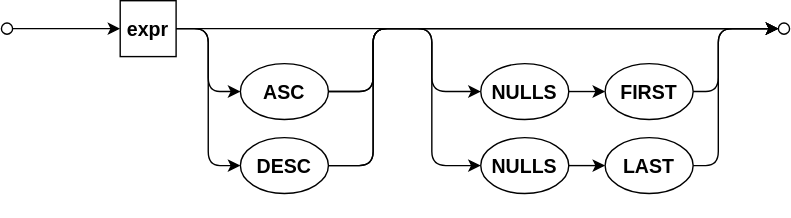
The draw.io diagram cds/assets/cxl/ordering-term.drawio.svg in capire/docs, before a commit. Source tidied: cells renumbered, new cells last; positions are measured from the earlier drawing's top-left corner, leaving out a move shared by most shapes.
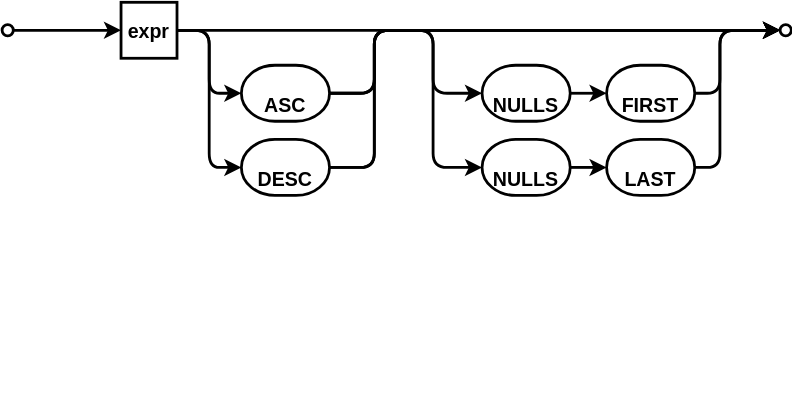
The same file after the commit.

The edit, as a diff of the source:
```diff
@@ -3,39 +3,39 @@
     <mxCell id="0" />
     <mxCell id="1" parent="0" />
     <mxCell id="2" value="Best viewed with the &lt;a href=&quot;https://github.com/ariel-bentu/tam-drawio&quot;&gt;TAM plugin&lt;/a&gt;" style="text;html=1;shape=tamPluginMissing;" parent="1" vertex="1">
-      <mxGeometry x="180" y="130" width="200" height="25" as="geometry" />
+      <mxGeometry x="182" y="261" width="200" height="25" as="geometry" />
     </mxCell>
-    <mxCell id="3" style="edgeStyle=none;" parent="1" edge="1" source="4" target="6">
+    <mxCell id="3" style="edgeStyle=none;strokeWidth=2;verticalAlign=bottom;" parent="1" edge="1" source="4" target="6">
       <mxGeometry relative="1" as="geometry" />
     </mxCell>
-    <mxCell id="4" style="ellipse;strokeWidth=1;fontSize=14;verticalAlign=middle;fontStyle=1;textDirection=ltr;" parent="1" vertex="1">
+    <mxCell id="4" style="ellipse;strokeWidth=2;fontSize=14;verticalAlign=bottom;fontStyle=1;textDirection=ltr;" parent="1" vertex="1">
       <mxGeometry y="16" width="8" height="8" as="geometry" />
     </mxCell>
-    <mxCell id="5" style="ellipse;strokeWidth=1;fontSize=14;verticalAlign=middle;fontStyle=1;textDirection=ltr;" parent="1" vertex="1">
+    <mxCell id="5" style="ellipse;strokeWidth=2;fontSize=14;verticalAlign=bottom;fontStyle=1;textDirection=ltr;" parent="1" vertex="1">
       <mxGeometry x="556" y="16" width="8" height="8" as="geometry" />
     </mxCell>
-    <mxCell id="6" value="expr" style="rounded=0;strokeWidth=1;arcSize=37;textDirection=ltr;verticalAlign=middle;spacing=2;fontSize=14;fontStyle=1;horizontal=1;labelBorderColor=none;textShadow=0;strokeColor=default;align=center;fontFamily=Helvetica;fontColor=default;fillColor=default;" parent="1" vertex="1">
+    <mxCell id="6" value="expr" style="rounded=0;strokeWidth=2;arcSize=37;textDirection=ltr;verticalAlign=middle;spacing=2;fontSize=14;fontStyle=1;horizontal=1;labelBorderColor=none;textShadow=0;strokeColor=default;align=center;fontFamily=Helvetica;fontColor=default;fillColor=default;" parent="1" vertex="1">
       <mxGeometry x="85" width="40" height="40" as="geometry" />
     </mxCell>
-    <mxCell id="7" value="ASC" style="ellipse;align=center;newEdgeStyle={&quot;edgeStyle&quot;:&quot;entityRelationEdgeStyle&quot;,&quot;startArrow&quot;:&quot;none&quot;,&quot;endArrow&quot;:&quot;none&quot;,&quot;segment&quot;:10,&quot;curved&quot;:1,&quot;sourcePerimeterSpacing&quot;:0,&quot;targetPerimeterSpacing&quot;:0};textDirection=ltr;verticalAlign=middle;spacing=2;strokeWidth=1;fontSize=14;fontStyle=1;horizontal=1;labelBorderColor=none;textShadow=0;" parent="1" vertex="1">
+    <mxCell id="7" value="ASC" style="align=center;newEdgeStyle={&quot;edgeStyle&quot;:&quot;entityRelationEdgeStyle&quot;,&quot;startArrow&quot;:&quot;none&quot;,&quot;endArrow&quot;:&quot;none&quot;,&quot;segment&quot;:10,&quot;curved&quot;:1,&quot;sourcePerimeterSpacing&quot;:0,&quot;targetPerimeterSpacing&quot;:0};textDirection=ltr;verticalAlign=bottom;spacing=2;strokeWidth=2;fontSize=14;fontStyle=1;horizontal=1;labelBorderColor=none;textShadow=0;rounded=1;whiteSpace=wrap;html=1;arcSize=60;" parent="1" vertex="1">
       <mxGeometry x="171" y="45" width="63" height="40" as="geometry" />
     </mxCell>
-    <mxCell id="8" value="DESC" style="ellipse;align=center;newEdgeStyle={&quot;edgeStyle&quot;:&quot;entityRelationEdgeStyle&quot;,&quot;startArrow&quot;:&quot;none&quot;,&quot;endArrow&quot;:&quot;none&quot;,&quot;segment&quot;:10,&quot;curved&quot;:1,&quot;sourcePerimeterSpacing&quot;:0,&quot;targetPerimeterSpacing&quot;:0};textDirection=ltr;verticalAlign=middle;spacing=2;strokeWidth=1;fontSize=14;fontStyle=1;horizontal=1;labelBorderColor=none;textShadow=0;" parent="1" vertex="1">
+    <mxCell id="8" value="DESC" style="align=center;newEdgeStyle={&quot;edgeStyle&quot;:&quot;entityRelationEdgeStyle&quot;,&quot;startArrow&quot;:&quot;none&quot;,&quot;endArrow&quot;:&quot;none&quot;,&quot;segment&quot;:10,&quot;curved&quot;:1,&quot;sourcePerimeterSpacing&quot;:0,&quot;targetPerimeterSpacing&quot;:0};textDirection=ltr;verticalAlign=bottom;spacing=2;strokeWidth=2;fontSize=14;fontStyle=1;horizontal=1;labelBorderColor=none;textShadow=0;rounded=1;whiteSpace=wrap;html=1;arcSize=60;" parent="1" vertex="1">
       <mxGeometry x="171" y="98" width="63" height="40" as="geometry" />
     </mxCell>
-    <mxCell id="9" value="NULLS" style="ellipse;align=center;newEdgeStyle={&quot;edgeStyle&quot;:&quot;entityRelationEdgeStyle&quot;,&quot;startArrow&quot;:&quot;none&quot;,&quot;endArrow&quot;:&quot;none&quot;,&quot;segment&quot;:10,&quot;curved&quot;:1,&quot;sourcePerimeterSpacing&quot;:0,&quot;targetPerimeterSpacing&quot;:0};textDirection=ltr;verticalAlign=middle;spacing=2;strokeWidth=1;fontSize=14;fontStyle=1;horizontal=1;labelBorderColor=none;textShadow=0;" parent="1" vertex="1">
+    <mxCell id="9" value="NULLS" style="align=center;newEdgeStyle={&quot;edgeStyle&quot;:&quot;entityRelationEdgeStyle&quot;,&quot;startArrow&quot;:&quot;none&quot;,&quot;endArrow&quot;:&quot;none&quot;,&quot;segment&quot;:10,&quot;curved&quot;:1,&quot;sourcePerimeterSpacing&quot;:0,&quot;targetPerimeterSpacing&quot;:0};textDirection=ltr;verticalAlign=bottom;spacing=2;strokeWidth=2;fontSize=14;fontStyle=1;horizontal=1;labelBorderColor=none;textShadow=0;rounded=1;whiteSpace=wrap;html=1;arcSize=60;" parent="1" vertex="1">
       <mxGeometry x="343" y="45" width="63" height="40" as="geometry" />
     </mxCell>
-    <mxCell id="10" style="edgeStyle=orthogonalEdgeStyle;rounded=1;jettySize=auto;exitX=1;exitY=0.5;exitDx=0;exitDy=0;entryX=0;entryY=0.5;entryDx=0;entryDy=0;startArrow=none;startFill=0;endArrow=classic;endFill=1;startSize=6;endSize=6;align=center;fontSize=12;labelBackgroundColor=none;" parent="1" edge="1" source="6" target="5">
+    <mxCell id="10" style="edgeStyle=orthogonalEdgeStyle;rounded=1;jettySize=auto;exitX=1;exitY=0.5;exitDx=0;exitDy=0;entryX=0;entryY=0.5;entryDx=0;entryDy=0;startArrow=none;startFill=0;endArrow=classic;endFill=1;startSize=6;endSize=6;align=center;fontSize=12;labelBackgroundColor=none;strokeWidth=2;verticalAlign=bottom;" parent="1" edge="1" source="6" target="5">
       <mxGeometry relative="1" as="geometry" />
     </mxCell>
-    <mxCell id="11" style="edgeStyle=orthogonalEdgeStyle;rounded=1;jettySize=auto;exitX=1;exitY=0.5;exitDx=0;exitDy=0;entryX=0;entryY=0.5;entryDx=0;entryDy=0;startArrow=none;startFill=0;endArrow=classic;endFill=1;startSize=6;endSize=6;align=center;fontSize=12;labelBackgroundColor=none;" parent="1" edge="1" source="6" target="7">
+    <mxCell id="11" style="edgeStyle=orthogonalEdgeStyle;rounded=1;jettySize=auto;exitX=1;exitY=0.5;exitDx=0;exitDy=0;entryX=0;entryY=0.5;entryDx=0;entryDy=0;startArrow=none;startFill=0;endArrow=classic;endFill=1;startSize=6;endSize=6;align=center;fontSize=12;labelBackgroundColor=none;strokeWidth=2;verticalAlign=bottom;" parent="1" edge="1" source="6" target="7">
       <mxGeometry relative="1" as="geometry" />
     </mxCell>
-    <mxCell id="12" style="edgeStyle=orthogonalEdgeStyle;rounded=1;jettySize=auto;exitX=1;exitY=0.5;exitDx=0;exitDy=0;entryX=0;entryY=0.5;entryDx=0;entryDy=0;startArrow=none;startFill=0;endArrow=classic;endFill=1;startSize=6;endSize=6;align=center;fontSize=12;labelBackgroundColor=none;" parent="1" edge="1" source="6" target="8">
+    <mxCell id="12" style="edgeStyle=orthogonalEdgeStyle;rounded=1;jettySize=auto;exitX=1;exitY=0.5;exitDx=0;exitDy=0;entryX=0;entryY=0.5;entryDx=0;entryDy=0;startArrow=none;startFill=0;endArrow=classic;endFill=1;startSize=6;endSize=6;align=center;fontSize=12;labelBackgroundColor=none;strokeWidth=2;verticalAlign=bottom;" parent="1" edge="1" source="6" target="8">
       <mxGeometry relative="1" as="geometry" />
     </mxCell>
-    <mxCell id="13" style="edgeStyle=orthogonalEdgeStyle;rounded=1;jettySize=auto;exitX=1;exitY=0.5;exitDx=0;exitDy=0;entryX=0;entryY=0.5;entryDx=0;entryDy=0;startArrow=none;startFill=0;endArrow=classic;endFill=1;startSize=6;endSize=6;align=center;fontSize=12;labelBackgroundColor=none;" parent="1" edge="1" source="7" target="5">
+    <mxCell id="13" style="edgeStyle=orthogonalEdgeStyle;rounded=1;jettySize=auto;exitX=1;exitY=0.5;exitDx=0;exitDy=0;entryX=0;entryY=0.5;entryDx=0;entryDy=0;startArrow=none;startFill=0;endArrow=classic;endFill=1;startSize=6;endSize=6;align=center;fontSize=12;labelBackgroundColor=none;strokeWidth=2;verticalAlign=bottom;" parent="1" edge="1" source="7" target="5">
       <mxGeometry relative="1" as="geometry">
         <Array as="points">
           <mxPoint x="266" y="65" />
@@ -43,7 +43,7 @@
         </Array>
       </mxGeometry>
     </mxCell>
-    <mxCell id="14" style="edgeStyle=orthogonalEdgeStyle;rounded=1;jettySize=auto;exitX=1;exitY=0.5;exitDx=0;exitDy=0;entryX=0;entryY=0.5;entryDx=0;entryDy=0;startArrow=none;startFill=0;endArrow=classic;endFill=1;startSize=6;endSize=6;align=center;fontSize=12;labelBackgroundColor=none;" parent="1" edge="1" source="8" target="5">
+    <mxCell id="14" style="edgeStyle=orthogonalEdgeStyle;rounded=1;jettySize=auto;exitX=1;exitY=0.5;exitDx=0;exitDy=0;entryX=0;entryY=0.5;entryDx=0;entryDy=0;startArrow=none;startFill=0;endArrow=classic;endFill=1;startSize=6;endSize=6;align=center;fontSize=12;labelBackgroundColor=none;strokeWidth=2;verticalAlign=bottom;" parent="1" edge="1" source="8" target="5">
       <mxGeometry relative="1" as="geometry">
         <Array as="points">
           <mxPoint x="266" y="118" />
@@ -51,7 +51,7 @@
         </Array>
       </mxGeometry>
     </mxCell>
-    <mxCell id="15" style="edgeStyle=orthogonalEdgeStyle;rounded=1;jettySize=auto;exitX=1;exitY=0.5;exitDx=0;exitDy=0;entryX=0;entryY=0.5;entryDx=0;entryDy=0;startArrow=none;startFill=0;endArrow=classic;endFill=1;startSize=6;endSize=6;align=center;fontSize=12;labelBackgroundColor=none;" parent="1" edge="1" source="7" target="9">
+    <mxCell id="15" style="edgeStyle=orthogonalEdgeStyle;rounded=1;jettySize=auto;exitX=1;exitY=0.5;exitDx=0;exitDy=0;entryX=0;entryY=0.5;entryDx=0;entryDy=0;startArrow=none;startFill=0;endArrow=classic;endFill=1;startSize=6;endSize=6;align=center;fontSize=12;labelBackgroundColor=none;strokeWidth=2;verticalAlign=bottom;" parent="1" edge="1" source="7" target="9">
       <mxGeometry relative="1" as="geometry">
         <Array as="points">
           <mxPoint x="266" y="65" />
@@ -60,10 +60,10 @@
         </Array>
       </mxGeometry>
     </mxCell>
-    <mxCell id="16" value="NULLS" style="ellipse;align=center;newEdgeStyle={&quot;edgeStyle&quot;:&quot;entityRelationEdgeStyle&quot;,&quot;startArrow&quot;:&quot;none&quot;,&quot;endArrow&quot;:&quot;none&quot;,&quot;segment&quot;:10,&quot;curved&quot;:1,&quot;sourcePerimeterSpacing&quot;:0,&quot;targetPerimeterSpacing&quot;:0};textDirection=ltr;verticalAlign=middle;spacing=2;strokeWidth=1;fontSize=14;fontStyle=1;horizontal=1;labelBorderColor=none;textShadow=0;" parent="1" vertex="1">
+    <mxCell id="16" value="NULLS" style="align=center;newEdgeStyle={&quot;edgeStyle&quot;:&quot;entityRelationEdgeStyle&quot;,&quot;startArrow&quot;:&quot;none&quot;,&quot;endArrow&quot;:&quot;none&quot;,&quot;segment&quot;:10,&quot;curved&quot;:1,&quot;sourcePerimeterSpacing&quot;:0,&quot;targetPerimeterSpacing&quot;:0};textDirection=ltr;verticalAlign=bottom;spacing=2;strokeWidth=2;fontSize=14;fontStyle=1;horizontal=1;labelBorderColor=none;textShadow=0;rounded=1;whiteSpace=wrap;html=1;arcSize=60;" parent="1" vertex="1">
       <mxGeometry x="343" y="98" width="63" height="40" as="geometry" />
     </mxCell>
-    <mxCell id="17" style="edgeStyle=orthogonalEdgeStyle;rounded=1;jettySize=auto;exitX=1;exitY=0.5;exitDx=0;exitDy=0;entryX=0;entryY=0.5;entryDx=0;entryDy=0;startArrow=none;startFill=0;endArrow=classic;endFill=1;startSize=6;endSize=6;align=center;fontSize=12;labelBackgroundColor=none;" parent="1" edge="1" source="8" target="16">
+    <mxCell id="17" style="edgeStyle=orthogonalEdgeStyle;rounded=1;jettySize=auto;exitX=1;exitY=0.5;exitDx=0;exitDy=0;entryX=0;entryY=0.5;entryDx=0;entryDy=0;startArrow=none;startFill=0;endArrow=classic;endFill=1;startSize=6;endSize=6;align=center;fontSize=12;labelBackgroundColor=none;strokeWidth=2;verticalAlign=bottom;" parent="1" edge="1" source="8" target="16">
       <mxGeometry relative="1" as="geometry">
         <Array as="points">
           <mxPoint x="266" y="118" />
@@ -73,19 +73,19 @@
         </Array>
       </mxGeometry>
     </mxCell>
-    <mxCell id="18" value="FIRST" style="ellipse;align=center;newEdgeStyle={&quot;edgeStyle&quot;:&quot;entityRelationEdgeStyle&quot;,&quot;startArrow&quot;:&quot;none&quot;,&quot;endArrow&quot;:&quot;none&quot;,&quot;segment&quot;:10,&quot;curved&quot;:1,&quot;sourcePerimeterSpacing&quot;:0,&quot;targetPerimeterSpacing&quot;:0};textDirection=ltr;verticalAlign=middle;spacing=2;strokeWidth=1;fontSize=14;fontStyle=1;horizontal=1;labelBorderColor=none;textShadow=0;" parent="1" vertex="1">
+    <mxCell id="18" value="FIRST" style="align=center;newEdgeStyle={&quot;edgeStyle&quot;:&quot;entityRelationEdgeStyle&quot;,&quot;startArrow&quot;:&quot;none&quot;,&quot;endArrow&quot;:&quot;none&quot;,&quot;segment&quot;:10,&quot;curved&quot;:1,&quot;sourcePerimeterSpacing&quot;:0,&quot;targetPerimeterSpacing&quot;:0};textDirection=ltr;verticalAlign=bottom;spacing=2;strokeWidth=2;fontSize=14;fontStyle=1;horizontal=1;labelBorderColor=none;textShadow=0;rounded=1;whiteSpace=wrap;html=1;arcSize=60;" parent="1" vertex="1">
       <mxGeometry x="432" y="45" width="63" height="40" as="geometry" />
     </mxCell>
-    <mxCell id="19" value="LAST" style="ellipse;align=center;newEdgeStyle={&quot;edgeStyle&quot;:&quot;entityRelationEdgeStyle&quot;,&quot;startArrow&quot;:&quot;none&quot;,&quot;endArrow&quot;:&quot;none&quot;,&quot;segment&quot;:10,&quot;curved&quot;:1,&quot;sourcePerimeterSpacing&quot;:0,&quot;targetPerimeterSpacing&quot;:0};textDirection=ltr;verticalAlign=middle;spacing=2;strokeWidth=1;fontSize=14;fontStyle=1;horizontal=1;labelBorderColor=none;textShadow=0;" parent="1" vertex="1">
+    <mxCell id="19" value="LAST" style="align=center;newEdgeStyle={&quot;edgeStyle&quot;:&quot;entityRelationEdgeStyle&quot;,&quot;startArrow&quot;:&quot;none&quot;,&quot;endArrow&quot;:&quot;none&quot;,&quot;segment&quot;:10,&quot;curved&quot;:1,&quot;sourcePerimeterSpacing&quot;:0,&quot;targetPerimeterSpacing&quot;:0};textDirection=ltr;verticalAlign=bottom;spacing=2;strokeWidth=2;fontSize=14;fontStyle=1;horizontal=1;labelBorderColor=none;textShadow=0;rounded=1;whiteSpace=wrap;html=1;arcSize=60;" parent="1" vertex="1">
       <mxGeometry x="432" y="98" width="63" height="40" as="geometry" />
     </mxCell>
-    <mxCell id="20" style="edgeStyle=orthogonalEdgeStyle;rounded=1;jettySize=auto;exitX=1;exitY=0.5;exitDx=0;exitDy=0;entryX=0;entryY=0.5;entryDx=0;entryDy=0;startArrow=none;startFill=0;endArrow=classic;endFill=1;startSize=6;endSize=6;align=center;fontSize=12;labelBackgroundColor=none;" parent="1" edge="1" source="9" target="18">
+    <mxCell id="20" style="edgeStyle=orthogonalEdgeStyle;rounded=1;jettySize=auto;exitX=1;exitY=0.5;exitDx=0;exitDy=0;entryX=0;entryY=0.5;entryDx=0;entryDy=0;startArrow=none;startFill=0;endArrow=classic;endFill=1;startSize=6;endSize=6;align=center;fontSize=12;labelBackgroundColor=none;strokeWidth=2;verticalAlign=bottom;" parent="1" edge="1" source="9" target="18">
       <mxGeometry relative="1" as="geometry" />
     </mxCell>
-    <mxCell id="21" style="edgeStyle=orthogonalEdgeStyle;rounded=1;jettySize=auto;exitX=1;exitY=0.5;exitDx=0;exitDy=0;entryX=0;entryY=0.5;entryDx=0;entryDy=0;startArrow=none;startFill=0;endArrow=classic;endFill=1;startSize=6;endSize=6;align=center;fontSize=12;labelBackgroundColor=none;" parent="1" edge="1" source="16" target="19">
+    <mxCell id="21" style="edgeStyle=orthogonalEdgeStyle;rounded=1;jettySize=auto;exitX=1;exitY=0.5;exitDx=0;exitDy=0;entryX=0;entryY=0.5;entryDx=0;entryDy=0;startArrow=none;startFill=0;endArrow=classic;endFill=1;startSize=6;endSize=6;align=center;fontSize=12;labelBackgroundColor=none;strokeWidth=2;verticalAlign=bottom;" parent="1" edge="1" source="16" target="19">
       <mxGeometry relative="1" as="geometry" />
     </mxCell>
-    <mxCell id="22" style="edgeStyle=orthogonalEdgeStyle;rounded=1;jettySize=auto;exitX=1;exitY=0.5;exitDx=0;exitDy=0;entryX=0;entryY=0.5;entryDx=0;entryDy=0;startArrow=none;startFill=0;endArrow=classic;endFill=1;startSize=6;endSize=6;align=center;fontSize=12;labelBackgroundColor=none;" parent="1" edge="1" source="18" target="5">
+    <mxCell id="22" style="edgeStyle=orthogonalEdgeStyle;rounded=1;jettySize=auto;exitX=1;exitY=0.5;exitDx=0;exitDy=0;entryX=0;entryY=0.5;entryDx=0;entryDy=0;startArrow=none;startFill=0;endArrow=classic;endFill=1;startSize=6;endSize=6;align=center;fontSize=12;labelBackgroundColor=none;strokeWidth=2;verticalAlign=bottom;" parent="1" edge="1" source="18" target="5">
       <mxGeometry relative="1" as="geometry">
         <Array as="points">
           <mxPoint x="513" y="65" />
@@ -93,7 +93,7 @@
         </Array>
       </mxGeometry>
     </mxCell>
-    <mxCell id="23" style="edgeStyle=orthogonalEdgeStyle;rounded=1;jettySize=auto;exitX=1;exitY=0.5;exitDx=0;exitDy=0;entryX=0;entryY=0.5;entryDx=0;entryDy=0;startArrow=none;startFill=0;endArrow=classic;endFill=1;startSize=6;endSize=6;align=center;fontSize=12;labelBackgroundColor=none;" parent="1" edge="1" source="19" target="5">
+    <mxCell id="23" style="edgeStyle=orthogonalEdgeStyle;rounded=1;jettySize=auto;exitX=1;exitY=0.5;exitDx=0;exitDy=0;entryX=0;entryY=0.5;entryDx=0;entryDy=0;startArrow=none;startFill=0;endArrow=classic;endFill=1;startSize=6;endSize=6;align=center;fontSize=12;labelBackgroundColor=none;strokeWidth=2;verticalAlign=bottom;" parent="1" edge="1" source="19" target="5">
       <mxGeometry relative="1" as="geometry">
         <Array as="points">
           <mxPoint x="513" y="118" />
```
